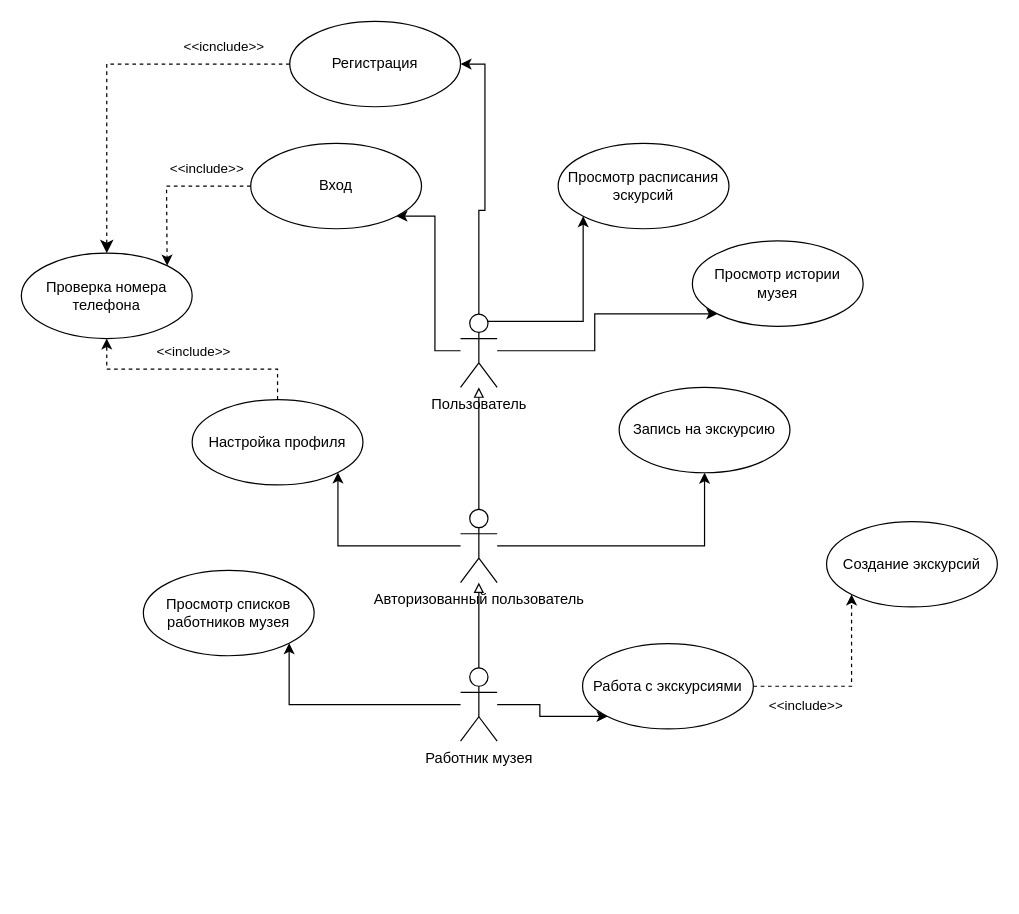
Above: UML-Схема.drawio in shtorm901/Museum-Data_Base (draw.io), before the change. Source tidied: cells renumbered, new cells numbered last; positions are measured from the earlier drawing's top-left corner, leaving out a move shared by most shapes. Both pictures are drawn from the tidied source at 122%, with x=0, y=0 at pixel (21, 21).
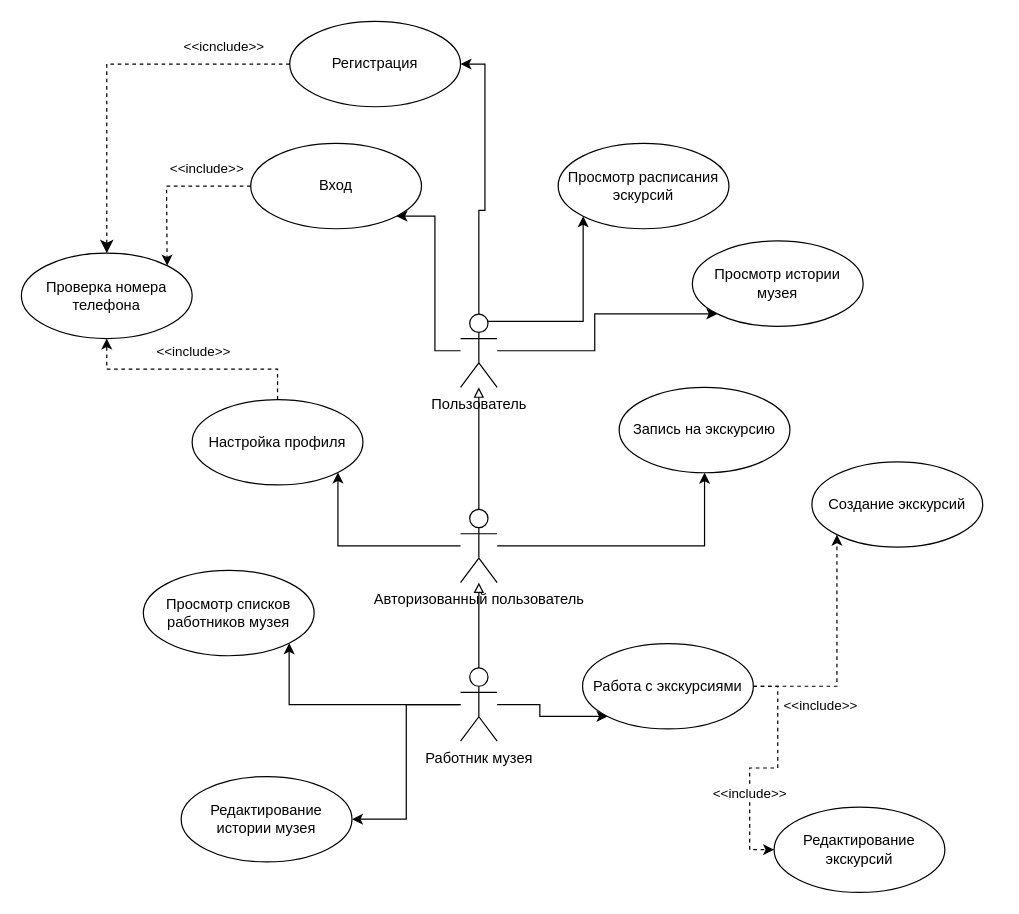
After the change.

Unchanged cells that the change refers to:
```xml
<mxCell id="27" value="Работник музея" style="shape=umlActor;verticalLabelPosition=bottom;verticalAlign=top;html=1;" parent="1" vertex="1">
  <mxGeometry x="360" y="530" width="30" height="60" as="geometry" />
</mxCell>
<mxCell id="31" value="Работа с экскурсиями" style="ellipse;whiteSpace=wrap;html=1;" parent="1" vertex="1">
  <mxGeometry x="460" y="510" width="140" height="70" as="geometry" />
</mxCell>
```

Diff of the diagram source:
```diff
@@
+    <mxCell id="33" style="edgeStyle=orthogonalEdgeStyle;rounded=0;jettySize=auto;html=1;entryX=1;entryY=0.5;entryDx=0;entryDy=0;" parent="1" edge="1" source="27" target="37">
+      <mxGeometry relative="1" as="geometry" />
+    </mxCell>
@@
+    <mxCell id="34" style="edgeStyle=orthogonalEdgeStyle;rounded=0;jettySize=auto;html=1;entryX=0;entryY=0.5;entryDx=0;entryDy=0;dashed=1;" parent="1" edge="1" source="31" target="36">
+      <mxGeometry relative="1" as="geometry" />
+    </mxCell>
+    <mxCell id="35" value="&amp;lt;&amp;lt;include&amp;gt;&amp;gt;" style="edgeLabel;html=1;align=center;verticalAlign=middle;" parent="34" vertex="1">
+      <mxGeometry x="0.32" y="-1" relative="1" as="geometry" />
+    </mxCell>
@@
     <mxCell id="32" value="Создание экскурсий" style="ellipse;whiteSpace=wrap;html=1;" parent="1" vertex="1">
-      <mxGeometry x="660" y="410" width="140" height="70" as="geometry" />
+      <mxGeometry x="648" y="361" width="140" height="70" as="geometry" />
     </mxCell>
+    <mxCell id="36" value="Редактирование экскурсий" style="ellipse;whiteSpace=wrap;html=1;" parent="1" vertex="1">
+      <mxGeometry x="617" y="644" width="140" height="70" as="geometry" />
+    </mxCell>
+    <mxCell id="37" value="Редактирование истории музея" style="ellipse;whiteSpace=wrap;html=1;" parent="1" vertex="1">
+      <mxGeometry x="131" y="619" width="140" height="70" as="geometry" />
+    </mxCell>
```
